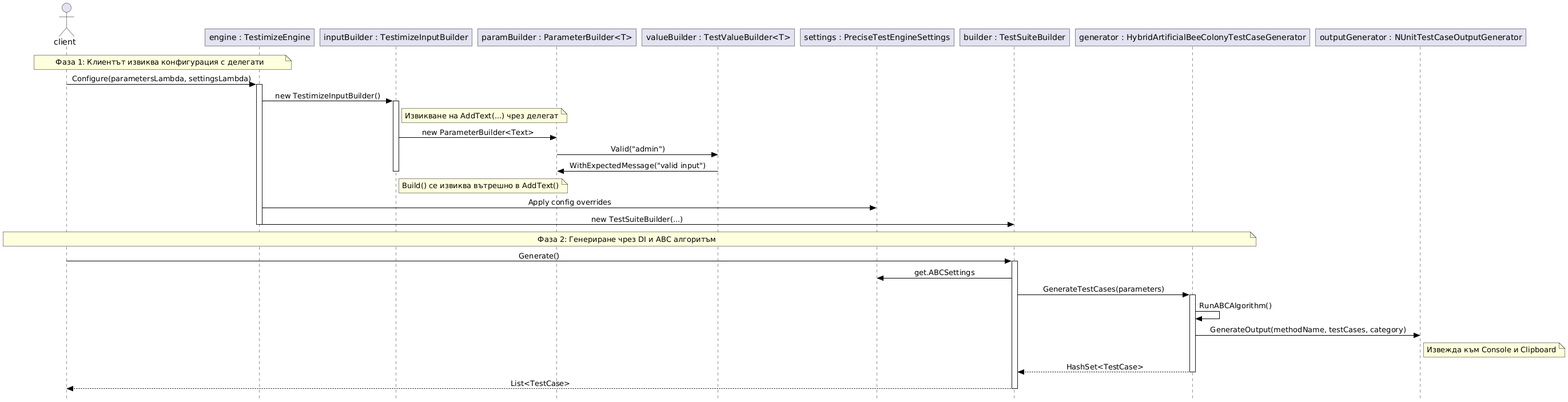
AutomateThePlanet/Testimize keeps this PlantUML diagram as DiagramsBG/3. Sequence Diagrams/sequence_diagram2.png. Above is the earlier version.
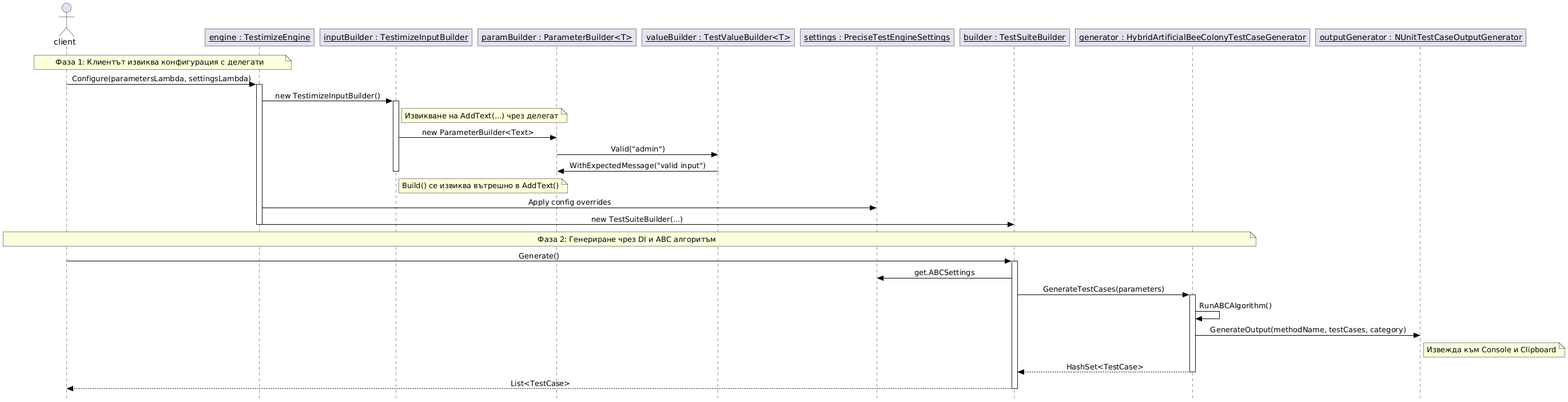
Above is the later version.

Diff of the diagram source:
```diff
@@ -1,4 +1,6 @@
 @startuml
+
+
 skinparam style strictuml
 skinparam roundcorner 0
 skinparam ArrowColor Black
@@ -6,14 +8,14 @@
 skinparam sequenceMessageAlignment center
 
 actor client
-participant engine as "engine : TestimizeEngine"
-participant inputBuilder as "inputBuilder : TestimizeInputBuilder"
-participant paramBuilder as "paramBuilder : ParameterBuilder<T>"
-participant valueBuilder as "valueBuilder : TestValueBuilder<T>"
-participant settings as "settings : PreciseTestEngineSettings"
-participant builder as "builder : TestSuiteBuilder"
-participant generator as "generator : HybridArtificialBeeColonyTestCaseGenerator"
-participant outputGenerator as "outputGenerator : NUnitTestCaseOutputGenerator"
+participant engine as "<u>engine : TestimizeEngine</u>"
+participant inputBuilder as "<u>inputBuilder : TestimizeInputBuilder</u>"
+participant paramBuilder as "<u>paramBuilder : ParameterBuilder<T></u>"
+participant valueBuilder as "<u>valueBuilder : TestValueBuilder<T></u>"
+participant settings as "<u>settings : PreciseTestEngineSettings</u>"
+participant builder as "<u>builder : TestSuiteBuilder</u>"
+participant generator as "<u>generator : HybridArtificialBeeColonyTestCaseGenerator</u>"
+participant outputGenerator as "<u>outputGenerator : NUnitTestCaseOutputGenerator</u>"
 
 note over client, engine
 Фаза 1: Клиентът извиква конфигурация с делегати
```
